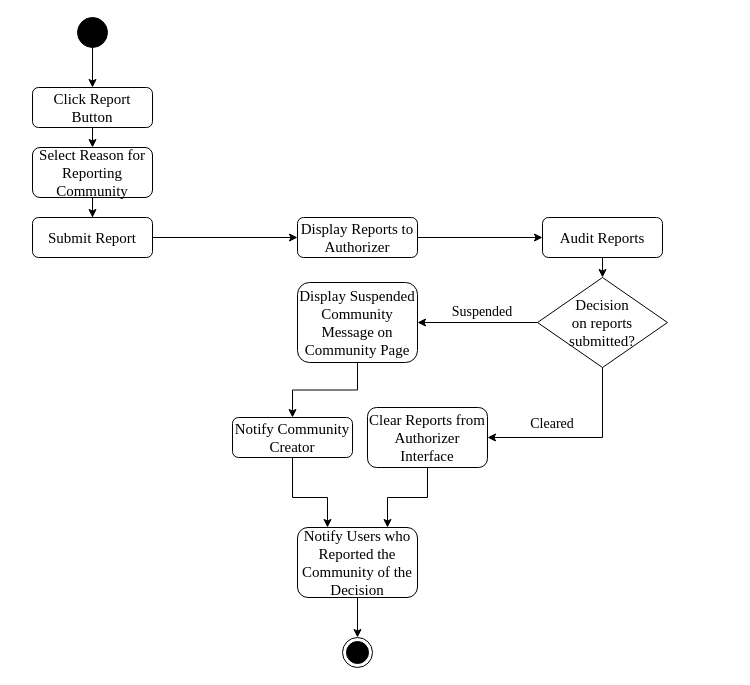
gvillanueva01/ConnexUs_diagrams keeps this draw.io diagram as page "UserFeedback" (10 of 12) of ConnexUs_Chap3.drawio. Above is the earlier version. Source tidied: cells renumbered, new cells numbered last; positions are measured from the earlier drawing's top-left corner, leaving out a move shared by most shapes. Both pictures are drawn from the tidied source at 100%, with x=0, y=0 at pixel (32, 17).
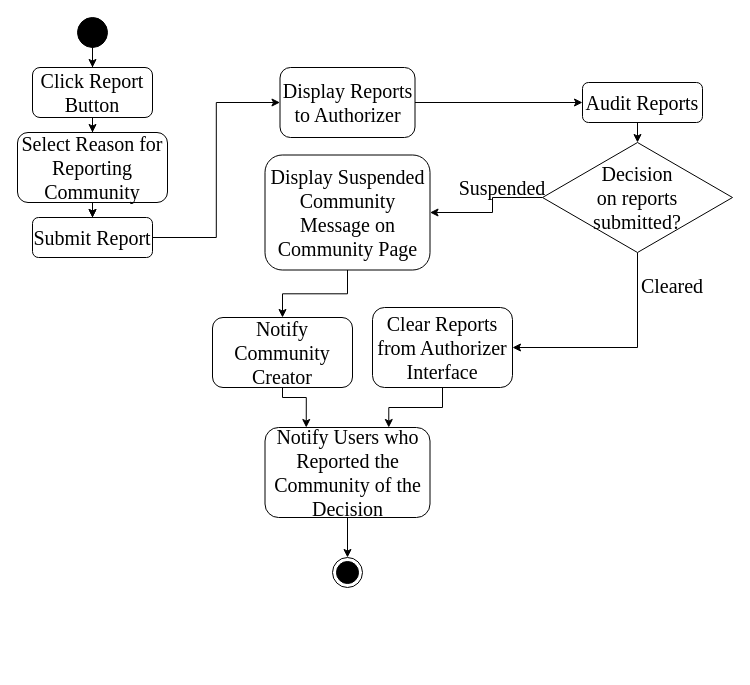
The same page after the edit.

Change to the diagram source:
```diff
@@
-    <mxCell id="2" style="edgeStyle=orthogonalEdgeStyle;rounded=0;jettySize=auto;html=1;fontSize=15;" parent="1" edge="1" source="3" target="5">
+    <mxCell id="2" style="edgeStyle=orthogonalEdgeStyle;rounded=0;jettySize=auto;html=1;fontSize=20;" parent="1" edge="1" source="3" target="5">
       <mxGeometry relative="1" as="geometry" />
     </mxCell>
-    <mxCell id="3" style="ellipse;fillColor=strokeColor;html=1;fontSize=15;" parent="1" vertex="1">
+    <mxCell id="3" style="ellipse;fillColor=strokeColor;html=1;fontSize=20;" parent="1" vertex="1">
       <mxGeometry x="45" width="30" height="30" as="geometry" />
     </mxCell>
-    <mxCell id="4" style="edgeStyle=orthogonalEdgeStyle;rounded=0;jettySize=auto;html=1;exitX=0.5;exitY=1;exitDx=0;exitDy=0;entryX=0.5;entryY=0;entryDx=0;entryDy=0;" parent="1" edge="1" source="5" target="11">
+    <mxCell id="4" style="edgeStyle=orthogonalEdgeStyle;rounded=0;jettySize=auto;html=1;exitX=0.5;exitY=1;exitDx=0;exitDy=0;entryX=0.5;entryY=0;entryDx=0;entryDy=0;fontSize=20;" parent="1" edge="1" source="5" target="11">
       <mxGeometry relative="1" as="geometry" />
     </mxCell>
+    <mxCell id="28" style="edgeStyle=orthogonalEdgeStyle;rounded=0;jettySize=auto;html=1;" parent="1" edge="1" source="5" target="13">
+      <mxGeometry relative="1" as="geometry" />
+    </mxCell>
-    <mxCell id="5" value="Click Report Button" style="rounded=1;whiteSpace=wrap;html=1;fontFamily=Times New Roman;fontSize=15;" parent="1" vertex="1">
-      <mxGeometry y="70" width="120" height="40" as="geometry" />
+    <mxCell id="5" value="Click Report Button" style="rounded=1;whiteSpace=wrap;html=1;fontFamily=Times New Roman;fontSize=20;" parent="1" vertex="1">
+      <mxGeometry y="50" width="120" height="50" as="geometry" />
     </mxCell>
-    <mxCell id="6" style="edgeStyle=orthogonalEdgeStyle;rounded=0;jettySize=auto;html=1;exitX=0;exitY=0.5;exitDx=0;exitDy=0;entryX=1;entryY=0.5;entryDx=0;entryDy=0;" parent="1" edge="1" source="8" target="21">
-      <mxGeometry relative="1" as="geometry" />
+    <mxCell id="6" style="edgeStyle=orthogonalEdgeStyle;rounded=0;jettySize=auto;html=1;exitX=0;exitY=0.5;exitDx=0;exitDy=0;entryX=1;entryY=0.5;entryDx=0;entryDy=0;fontSize=20;" parent="1" edge="1" source="8" target="21">
+      <mxGeometry relative="1" as="geometry">
+        <Array as="points">
+          <mxPoint x="460" y="180" />
+          <mxPoint x="460" y="195" />
+        </Array>
+      </mxGeometry>
     </mxCell>
-    <mxCell id="7" style="edgeStyle=orthogonalEdgeStyle;rounded=0;jettySize=auto;html=1;exitX=0.5;exitY=1;exitDx=0;exitDy=0;entryX=1;entryY=0.5;entryDx=0;entryDy=0;" parent="1" edge="1" source="8" target="23">
+    <mxCell id="7" style="edgeStyle=orthogonalEdgeStyle;rounded=0;jettySize=auto;html=1;exitX=0.5;exitY=1;exitDx=0;exitDy=0;entryX=1;entryY=0.5;entryDx=0;entryDy=0;fontSize=20;" parent="1" edge="1" source="8" target="23">
       <mxGeometry relative="1" as="geometry" />
     </mxCell>
-    <mxCell id="8" value="&lt;font face=&quot;Times New Roman&quot;&gt;Decision &lt;br&gt;on reports &lt;br&gt;submitted?&lt;/font&gt;" style="shape=rhombus;html=1;dashed=0;whiteSpace=wrap;perimeter=rhombusPerimeter;fontSize=15;" parent="1" vertex="1">
-      <mxGeometry x="505" y="260" width="130" height="90" as="geometry" />
+    <mxCell id="8" value="&lt;font face=&quot;Times New Roman&quot; style=&quot;font-size: 20px;&quot;&gt;Decision &lt;br style=&quot;font-size: 20px;&quot;&gt;on reports &lt;br style=&quot;font-size: 20px;&quot;&gt;submitted?&lt;/font&gt;" style="shape=rhombus;html=1;dashed=0;whiteSpace=wrap;perimeter=rhombusPerimeter;fontSize=20;" parent="1" vertex="1">
+      <mxGeometry x="510" y="125" width="190" height="110" as="geometry" />
     </mxCell>
-    <mxCell id="9" style="ellipse;html=1;shape=endState;fillColor=strokeColor;fontSize=15;" parent="1" vertex="1">
-      <mxGeometry x="310" y="620" width="30" height="30" as="geometry" />
+    <mxCell id="9" style="ellipse;html=1;shape=endState;fillColor=strokeColor;fontSize=20;" parent="1" vertex="1">
+      <mxGeometry x="300" y="540" width="30" height="30" as="geometry" />
     </mxCell>
-    <mxCell id="10" style="edgeStyle=orthogonalEdgeStyle;rounded=0;jettySize=auto;html=1;exitX=0.5;exitY=1;exitDx=0;exitDy=0;" parent="1" edge="1" source="11" target="13">
+    <mxCell id="10" style="edgeStyle=orthogonalEdgeStyle;rounded=0;jettySize=auto;html=1;exitX=0.5;exitY=1;exitDx=0;exitDy=0;fontSize=20;" parent="1" edge="1" source="11" target="13">
       <mxGeometry relative="1" as="geometry" />
     </mxCell>
-    <mxCell id="11" value="Select Reason for Reporting Community" style="rounded=1;whiteSpace=wrap;html=1;fontFamily=Times New Roman;fontSize=15;" parent="1" vertex="1">
-      <mxGeometry y="130" width="120" height="50" as="geometry" />
+    <mxCell id="11" value="Select Reason for Reporting Community" style="rounded=1;whiteSpace=wrap;html=1;fontFamily=Times New Roman;fontSize=20;" parent="1" vertex="1">
+      <mxGeometry x="-15" y="115" width="150" height="70" as="geometry" />
     </mxCell>
-    <mxCell id="12" style="edgeStyle=orthogonalEdgeStyle;rounded=0;jettySize=auto;html=1;exitX=1;exitY=0.5;exitDx=0;exitDy=0;entryX=0;entryY=0.5;entryDx=0;entryDy=0;" parent="1" edge="1" source="13" target="15">
+    <mxCell id="12" style="edgeStyle=orthogonalEdgeStyle;rounded=0;jettySize=auto;html=1;exitX=1;exitY=0.5;exitDx=0;exitDy=0;entryX=0;entryY=0.5;entryDx=0;entryDy=0;fontSize=20;" parent="1" edge="1" source="13" target="15">
       <mxGeometry relative="1" as="geometry" />
     </mxCell>
-    <mxCell id="13" value="Submit Report" style="rounded=1;whiteSpace=wrap;html=1;fontFamily=Times New Roman;fontSize=15;" parent="1" vertex="1">
+    <mxCell id="13" value="Submit Report" style="rounded=1;whiteSpace=wrap;html=1;fontFamily=Times New Roman;fontSize=20;" parent="1" vertex="1">
       <mxGeometry y="200" width="120" height="40" as="geometry" />
     </mxCell>
-    <mxCell id="14" style="edgeStyle=orthogonalEdgeStyle;rounded=0;jettySize=auto;html=1;exitX=1;exitY=0.5;exitDx=0;exitDy=0;entryX=0;entryY=0.5;entryDx=0;entryDy=0;" parent="1" edge="1" source="15" target="17">
+    <mxCell id="14" style="edgeStyle=orthogonalEdgeStyle;rounded=0;jettySize=auto;html=1;exitX=1;exitY=0.5;exitDx=0;exitDy=0;entryX=0;entryY=0.5;entryDx=0;entryDy=0;fontSize=20;" parent="1" edge="1" source="15" target="17">
       <mxGeometry relative="1" as="geometry" />
     </mxCell>
-    <mxCell id="15" value="Display Reports to Authorizer" style="rounded=1;whiteSpace=wrap;html=1;fontFamily=Times New Roman;fontSize=15;" parent="1" vertex="1">
-      <mxGeometry x="265" y="200" width="120" height="40" as="geometry" />
+    <mxCell id="15" value="Display Reports to Authorizer" style="rounded=1;whiteSpace=wrap;html=1;fontFamily=Times New Roman;fontSize=20;" parent="1" vertex="1">
+      <mxGeometry x="247.5" y="50" width="135" height="70" as="geometry" />
     </mxCell>
-    <mxCell id="16" style="edgeStyle=orthogonalEdgeStyle;rounded=0;jettySize=auto;html=1;exitX=0.5;exitY=1;exitDx=0;exitDy=0;entryX=0.5;entryY=0;entryDx=0;entryDy=0;" parent="1" edge="1" source="17" target="8">
+    <mxCell id="16" style="edgeStyle=orthogonalEdgeStyle;rounded=0;jettySize=auto;html=1;exitX=0.5;exitY=1;exitDx=0;exitDy=0;entryX=0.5;entryY=0;entryDx=0;entryDy=0;fontSize=20;" parent="1" edge="1" source="17" target="8">
       <mxGeometry relative="1" as="geometry" />
     </mxCell>
-    <mxCell id="17" value="Audit Reports" style="rounded=1;whiteSpace=wrap;html=1;fontFamily=Times New Roman;fontSize=15;" parent="1" vertex="1">
-      <mxGeometry x="510" y="200" width="120" height="40" as="geometry" />
+    <mxCell id="17" value="Audit Reports" style="rounded=1;whiteSpace=wrap;html=1;fontFamily=Times New Roman;fontSize=20;" parent="1" vertex="1">
+      <mxGeometry x="550" y="65" width="120" height="40" as="geometry" />
     </mxCell>
-    <mxCell id="18" style="edgeStyle=orthogonalEdgeStyle;rounded=0;jettySize=auto;html=1;exitX=0.5;exitY=1;exitDx=0;exitDy=0;entryX=0.25;entryY=0;entryDx=0;entryDy=0;" parent="1" edge="1" source="19" target="24">
+    <mxCell id="18" style="edgeStyle=orthogonalEdgeStyle;rounded=0;jettySize=auto;html=1;exitX=0.5;exitY=1;exitDx=0;exitDy=0;entryX=0.25;entryY=0;entryDx=0;entryDy=0;fontSize=20;" parent="1" edge="1" source="19" target="24">
       <mxGeometry relative="1" as="geometry">
         <Array as="points">
-          <mxPoint x="260" y="480" />
-          <mxPoint x="295" y="480" />
+          <mxPoint x="250" y="380" />
+          <mxPoint x="274" y="380" />
         </Array>
       </mxGeometry>
     </mxCell>
-    <mxCell id="19" value="Notify Community Creator" style="rounded=1;whiteSpace=wrap;html=1;fontFamily=Times New Roman;fontSize=15;" parent="1" vertex="1">
-      <mxGeometry x="200" y="400" width="120" height="40" as="geometry" />
+    <mxCell id="19" value="Notify Community Creator" style="rounded=1;whiteSpace=wrap;html=1;fontFamily=Times New Roman;fontSize=20;" parent="1" vertex="1">
+      <mxGeometry x="180" y="300" width="140" height="70" as="geometry" />
     </mxCell>
-    <mxCell id="20" style="edgeStyle=orthogonalEdgeStyle;rounded=0;jettySize=auto;html=1;exitX=0.5;exitY=1;exitDx=0;exitDy=0;entryX=0.5;entryY=0;entryDx=0;entryDy=0;" parent="1" edge="1" source="21" target="19">
+    <mxCell id="20" style="edgeStyle=orthogonalEdgeStyle;rounded=0;jettySize=auto;html=1;exitX=0.5;exitY=1;exitDx=0;exitDy=0;entryX=0.5;entryY=0;entryDx=0;entryDy=0;fontSize=20;" parent="1" edge="1" source="21" target="19">
       <mxGeometry relative="1" as="geometry" />
     </mxCell>
-    <mxCell id="21" value="Display Suspended Community Message on Community Page" style="rounded=1;whiteSpace=wrap;html=1;fontFamily=Times New Roman;fontSize=15;" parent="1" vertex="1">
-      <mxGeometry x="265" y="265" width="120" height="80" as="geometry" />
+    <mxCell id="21" value="Display Suspended Community Message on Community Page" style="rounded=1;whiteSpace=wrap;html=1;fontFamily=Times New Roman;fontSize=20;" parent="1" vertex="1">
+      <mxGeometry x="232.5" y="137.5" width="165" height="115" as="geometry" />
     </mxCell>
-    <mxCell id="22" style="edgeStyle=orthogonalEdgeStyle;rounded=0;jettySize=auto;html=1;exitX=0.5;exitY=1;exitDx=0;exitDy=0;entryX=0.75;entryY=0;entryDx=0;entryDy=0;" parent="1" edge="1" source="23" target="24">
+    <mxCell id="22" style="edgeStyle=orthogonalEdgeStyle;rounded=0;jettySize=auto;html=1;exitX=0.5;exitY=1;exitDx=0;exitDy=0;entryX=0.75;entryY=0;entryDx=0;entryDy=0;fontSize=20;" parent="1" edge="1" source="23" target="24">
       <mxGeometry relative="1" as="geometry" />
     </mxCell>
-    <mxCell id="23" value="Clear Reports from Authorizer Interface" style="rounded=1;whiteSpace=wrap;html=1;fontFamily=Times New Roman;fontSize=15;" parent="1" vertex="1">
-      <mxGeometry x="335" y="390" width="120" height="60" as="geometry" />
+    <mxCell id="23" value="Clear Reports from Authorizer Interface" style="rounded=1;whiteSpace=wrap;html=1;fontFamily=Times New Roman;fontSize=20;" parent="1" vertex="1">
+      <mxGeometry x="340" y="290" width="140" height="80" as="geometry" />
     </mxCell>
-    <mxCell id="24" value="Notify Users who Reported the Community of the Decision" style="rounded=1;whiteSpace=wrap;html=1;fontFamily=Times New Roman;fontSize=15;" parent="1" vertex="1">
-      <mxGeometry x="265" y="510" width="120" height="70" as="geometry" />
+    <mxCell id="24" value="Notify Users who Reported the Community of the Decision" style="rounded=1;whiteSpace=wrap;html=1;fontFamily=Times New Roman;fontSize=20;" parent="1" vertex="1">
+      <mxGeometry x="232.5" y="410" width="165" height="90" as="geometry" />
     </mxCell>
-    <mxCell id="25" value="Suspended" style="text;html=1;strokeColor=none;fillColor=none;align=center;verticalAlign=middle;whiteSpace=wrap;rounded=0;fontFamily=Times New Roman;fontSize=14;" parent="1" vertex="1">
-      <mxGeometry x="420" y="280" width="60" height="30" as="geometry" />
+    <mxCell id="25" value="Suspended" style="text;html=1;strokeColor=none;fillColor=none;align=center;verticalAlign=middle;whiteSpace=wrap;rounded=0;fontFamily=Times New Roman;fontSize=20;" parent="1" vertex="1">
+      <mxGeometry x="440" y="155" width="60" height="30" as="geometry" />
     </mxCell>
-    <mxCell id="26" value="Cleared" style="text;html=1;strokeColor=none;fillColor=none;align=center;verticalAlign=middle;whiteSpace=wrap;rounded=0;fontFamily=Times New Roman;fontSize=14;" parent="1" vertex="1">
-      <mxGeometry x="490" y="392" width="60" height="30" as="geometry" />
+    <mxCell id="26" value="Cleared" style="text;html=1;strokeColor=none;fillColor=none;align=center;verticalAlign=middle;whiteSpace=wrap;rounded=0;fontFamily=Times New Roman;fontSize=20;" parent="1" vertex="1">
+      <mxGeometry x="610" y="252.5" width="60" height="30" as="geometry" />
     </mxCell>
-    <mxCell id="27" style="edgeStyle=orthogonalEdgeStyle;rounded=0;jettySize=auto;html=1;exitX=0.5;exitY=1;exitDx=0;exitDy=0;entryX=0.5;entryY=0;entryDx=0;entryDy=0;" parent="1" edge="1" source="24" target="9">
+    <mxCell id="27" style="edgeStyle=orthogonalEdgeStyle;rounded=0;jettySize=auto;html=1;exitX=0.5;exitY=1;exitDx=0;exitDy=0;entryX=0.5;entryY=0;entryDx=0;entryDy=0;fontSize=20;" parent="1" edge="1" source="24" target="9">
       <mxGeometry relative="1" as="geometry" />
     </mxCell>
```
